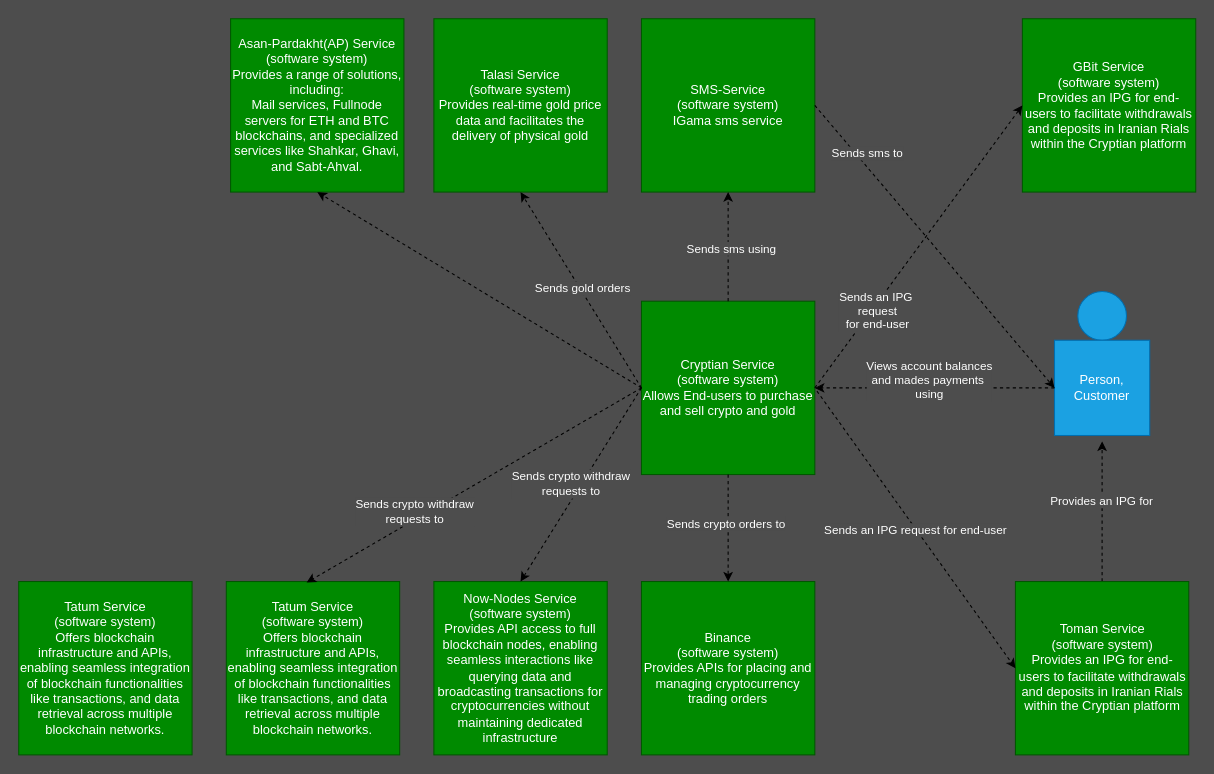
Earlier version of the draw.io diagram Untitled Diagram.drawio (Mohamadreza-shad/url-shortener). Source tidied: cells renumbered, new cells numbered last; positions are measured from the earlier drawing's top-left corner, leaving out a move shared by most shapes. Both pictures are drawn from the tidied source at 107%, with x=0, y=0 at pixel (18, 18).
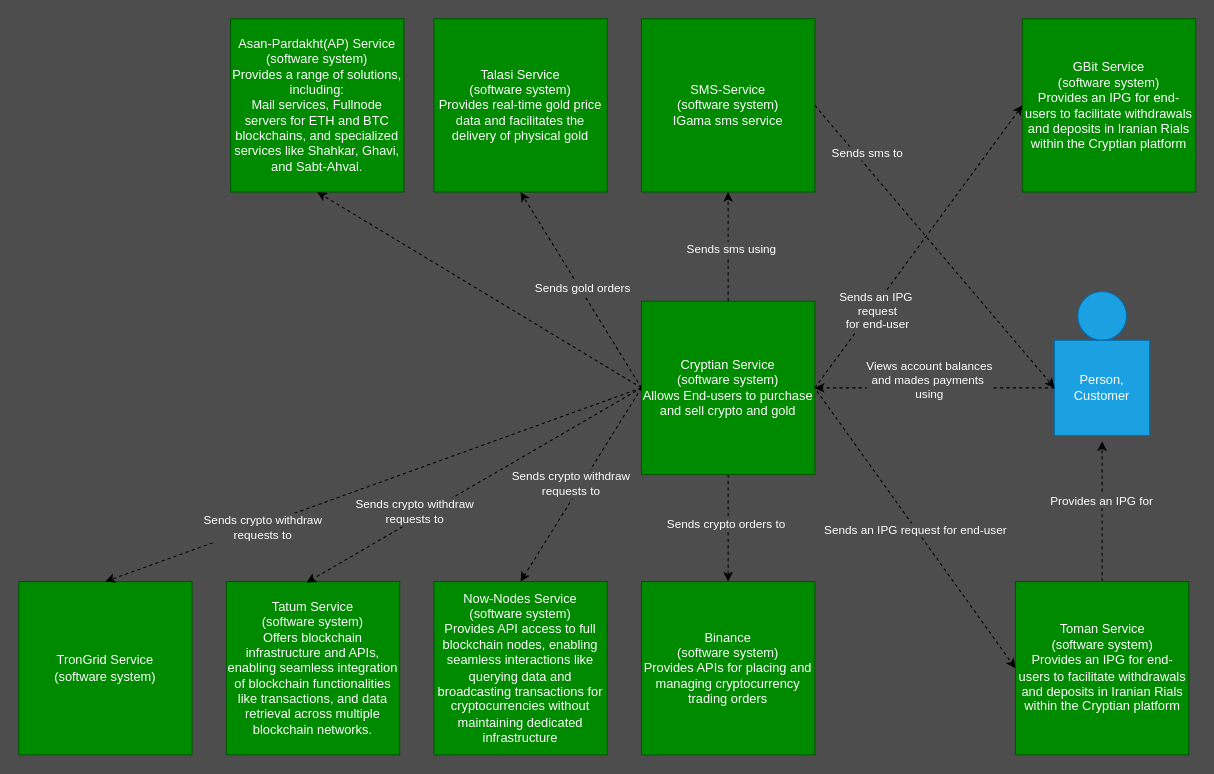
The same diagram, later.

The change refers to these unchanged cells:
```xml
<mxCell id="6" value="Cryptian Service&lt;br&gt;(software system)&lt;br&gt;Allows End-users to purchase and sell crypto and gold" style="whiteSpace=wrap;html=1;fillColor=#008a00;fontColor=#ffffff;strokeColor=#005700;" parent="1" vertex="1">
  <mxGeometry x="582" y="264" width="162" height="162" as="geometry" />
</mxCell>
```

The edit, as a diff of the source:
```diff
@@
-    <mxCell id="38" value="Tatum Service&lt;br&gt;&lt;div&gt;(software system)&lt;/div&gt;&lt;div&gt;Offers blockchain infrastructure and APIs, enabling seamless integration of blockchain functionalities like transactions, and data retrieval across multiple blockchain networks.&lt;/div&gt;" style="whiteSpace=wrap;html=1;fillColor=#008a00;fontColor=#ffffff;strokeColor=#005700;" parent="1" vertex="1">
+    <mxCell id="38" value="TronGrid Service&lt;br&gt;&lt;div&gt;(software system)&lt;/div&gt;" style="whiteSpace=wrap;html=1;fillColor=#008a00;fontColor=#ffffff;strokeColor=#005700;" parent="1" vertex="1">
       <mxGeometry y="526" width="162" height="162" as="geometry" />
     </mxCell>
+    <mxCell id="39" style="endArrow=classic;html=1;rounded=0;entryX=0.5;entryY=0;entryDx=0;entryDy=0;exitX=0;exitY=0.5;exitDx=0;exitDy=0;dashed=1;" parent="1" edge="1" source="6" target="38">
+      <mxGeometry relative="1" as="geometry" />
+    </mxCell>
+    <mxCell id="40" value="Sends crypto withdraw&lt;div&gt;requests to&lt;/div&gt;" style="edgeLabel;html=1;align=center;verticalAlign=middle;fontColor=#FFFFFF;labelBackgroundColor=#4D4D4D;" parent="39" vertex="1">
+      <mxGeometry x="0.42" y="2" relative="1" as="geometry" />
+    </mxCell>
```
